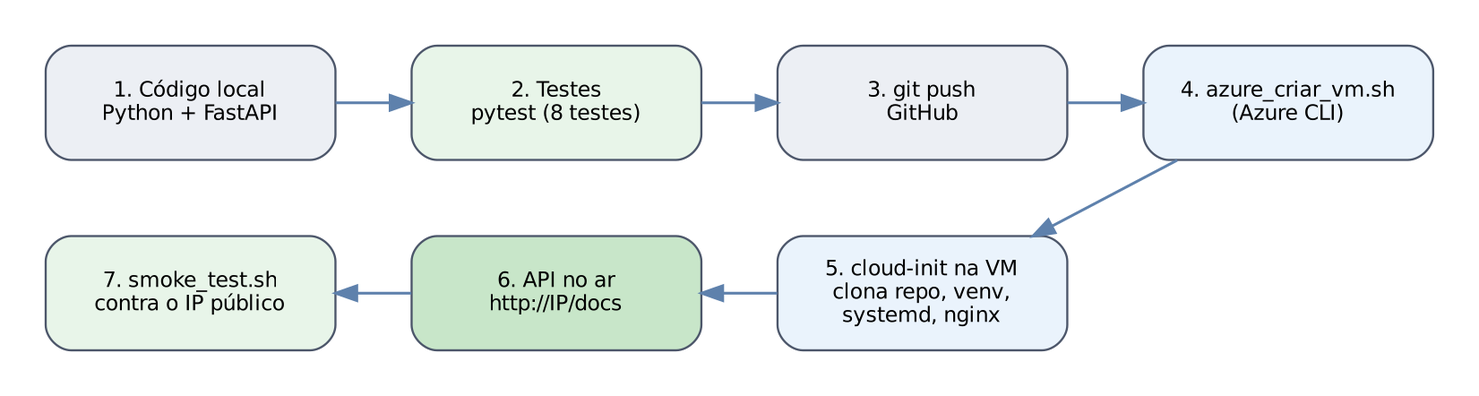
This is docs/diagramas/fluxo_deploy.png from RenesFernandes7366/api-alunos, a Graphviz export, as it was before one commit. Its source is kept beside it as docs/diagramas/fluxo_deploy.dot.
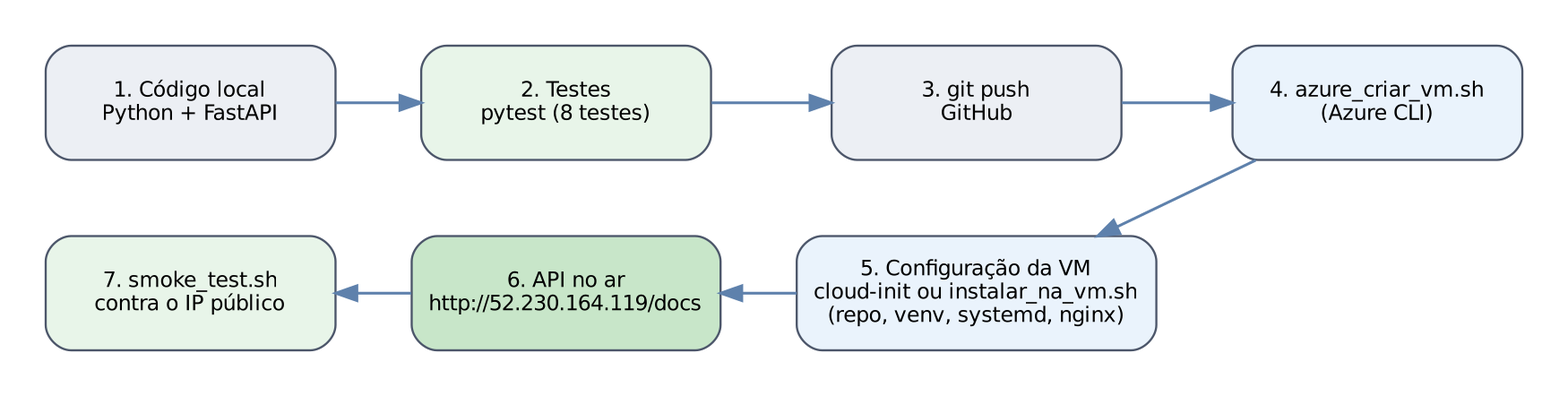
The same diagram one commit later.

The edit, as a diff of the source:
```diff
@@ -6,8 +6,8 @@
   b [label="2. Testes\npytest (8 testes)" fillcolor="#e8f5e9"];
   c [label="3. git push\nGitHub"];
   d [label="4. azure_criar_vm.sh\n(Azure CLI)" fillcolor="#eaf3fc"];
-  e [label="5. cloud-init na VM\nclona repo, venv,\nsystemd, nginx" fillcolor="#eaf3fc"];
-  f [label="6. API no ar\nhttp://IP/docs" fillcolor="#c8e6c9"];
+  e [label="5. Configuração da VM\ncloud-init ou instalar_na_vm.sh\n(repo, venv, systemd, nginx)" fillcolor="#eaf3fc"];
+  f [label="6. API no ar\nhttp://52.230.164.119/docs" fillcolor="#c8e6c9"];
   g [label="7. smoke_test.sh\ncontra o IP público" fillcolor="#e8f5e9"];
   a->b->c->d;
   d->e [constraint=false];
```
